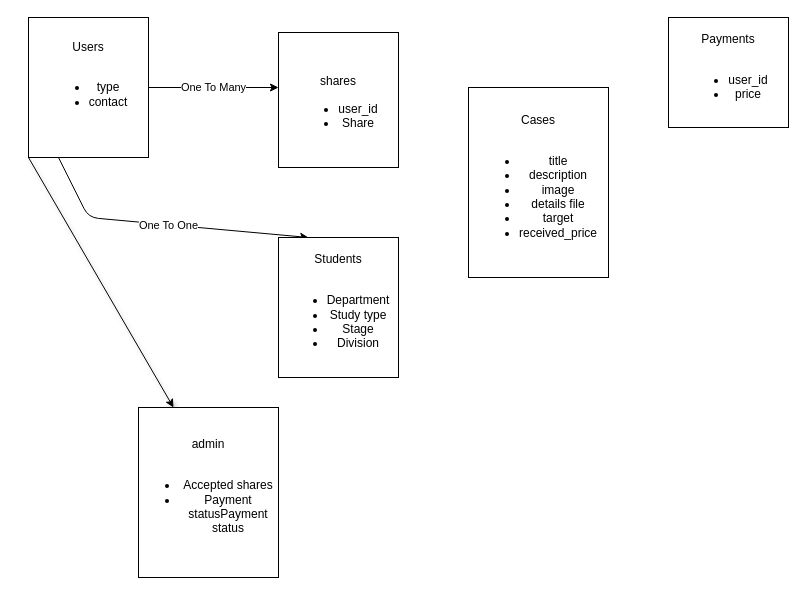
This is db_draw/main.drawio from Gruce/abdulkareem-for-charity, a draw.io file, before an edit. Source tidied: cells renumbered, new cells numbered last; positions are measured from the earlier drawing's top-left corner, leaving out a move shared by most shapes. Both pictures are drawn from the tidied source at 100%, with x=0, y=0 at pixel (28, 17).
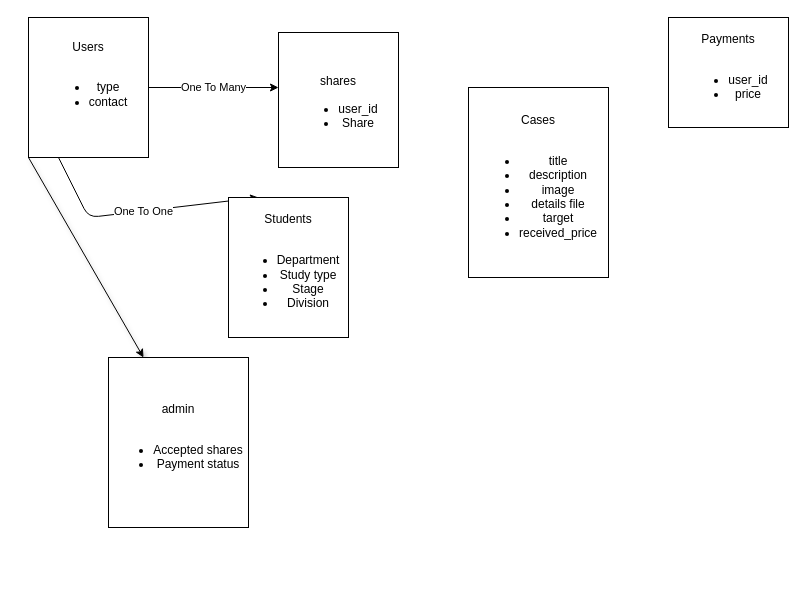
Above is the later version.

Diff of the diagram source:
```diff
@@
 <mxGraphModel>
   <root>
     <mxCell id="0" />
     <mxCell id="1" parent="0" />
     <mxCell id="2" value="One To Many" style="edgeStyle=none;html=1;exitX=1;exitY=0.5;exitDx=0;exitDy=0;" parent="1" edge="1" source="6">
       <mxGeometry relative="1" as="geometry">
         <mxPoint x="250" y="70" as="targetPoint" />
       </mxGeometry>
     </mxCell>
     <mxCell id="3" style="edgeStyle=none;html=1;exitX=0.25;exitY=1;exitDx=0;exitDy=0;entryX=0.25;entryY=0;entryDx=0;entryDy=0;" parent="1" edge="1" source="6" target="7">
       <mxGeometry relative="1" as="geometry">
         <Array as="points">
           <mxPoint x="60" y="200" />
         </Array>
       </mxGeometry>
     </mxCell>
     <mxCell id="4" value="One To One" style="edgeLabel;html=1;align=center;verticalAlign=middle;" parent="3" vertex="1">
       <mxGeometry x="0.02" relative="1" as="geometry" />
     </mxCell>
     <mxCell id="5" style="edgeStyle=none;html=1;exitX=0;exitY=1;exitDx=0;exitDy=0;shadow=1;entryX=0.25;entryY=0;entryDx=0;entryDy=0;" parent="1" edge="1" source="6" target="11">
       <mxGeometry relative="1" as="geometry" />
     </mxCell>
     <mxCell id="6" value="Users&lt;br&gt;&lt;br&gt;&lt;ul&gt;&lt;li&gt;type&lt;/li&gt;&lt;li&gt;contact&lt;/li&gt;&lt;span&gt;&amp;nbsp;&lt;/span&gt;&lt;/ul&gt;" style="whiteSpace=wrap;html=1;" parent="1" vertex="1">
       <mxGeometry width="120" height="140" as="geometry" />
     </mxCell>
     <mxCell id="7" value="Students&lt;br&gt;&lt;br&gt;&lt;ul&gt;&lt;li&gt;Department&lt;/li&gt;&lt;li&gt;Study type&lt;br&gt;&lt;/li&gt;&lt;li&gt;Stage&lt;/li&gt;&lt;li&gt;Division&lt;/li&gt;&lt;/ul&gt;" style="whiteSpace=wrap;html=1;" parent="1" vertex="1">
-      <mxGeometry x="250" y="220" width="120" height="140" as="geometry" />
+      <mxGeometry x="200" y="180" width="120" height="140" as="geometry" />
     </mxCell>
     <mxCell id="8" value="Cases&lt;br&gt;&lt;br&gt;&lt;ul&gt;&lt;li&gt;title&lt;/li&gt;&lt;li&gt;description&lt;/li&gt;&lt;li&gt;image&lt;/li&gt;&lt;li&gt;details file&lt;/li&gt;&lt;li&gt;target&lt;/li&gt;&lt;li&gt;received_price&lt;/li&gt;&lt;/ul&gt;" style="whiteSpace=wrap;html=1;" parent="1" vertex="1">
       <mxGeometry x="440" y="70" width="140" height="190" as="geometry" />
     </mxCell>
     <mxCell id="9" value="Payments&lt;br&gt;&lt;br&gt;&lt;ul&gt;&lt;li&gt;user_id&lt;/li&gt;&lt;li&gt;price&lt;/li&gt;&lt;/ul&gt;" style="whiteSpace=wrap;html=1;" parent="1" vertex="1">
       <mxGeometry x="640" width="120" height="110" as="geometry" />
     </mxCell>
     <mxCell id="10" value="&lt;font face=&quot;monospace&quot;&gt;&lt;font color=&quot;rgba(0, 0, 0, 0)&quot;&gt;&lt;span style=&quot;font-size: 0px&quot;&gt;shares%3CmxGraphModel%3E%3Croot%3E%3CmxCell%20id%3D%220%22%2F%3E%3CmxCell%20id%3D%221%22%20parent%3D%220%22%2F%3E%3CmxCell%20id%3D%222%22%20value%3D%22Payments%26lt%3Bbr%26gt%3B%26lt%3Bbr%26gt%3B%26lt%3Bul%26gt%3B%26lt%3Bli%26gt%3Buser_id%26lt%3B%2Fli%26gt%3B%26lt%3Bli%26gt%3Bprice%26lt%3B%2Fli%26gt%3B%26lt%3B%2Ful%26gt%3B%22%20style%3D%22whiteSpace%3Dwrap%3Bhtml%3D1%3B%22%20vertex%3D%221%22%20parent%3D%221%22%3E%3CmxGeometry%20x%3D%22700%22%20y%3D%2225%22%20width%3D%22120%22%20height%3D%22110%22%20as%3D%22geometry%22%2F%3E%3C%2FmxCell%3E%3C%2Froot%3E%3C%2FmxGraphModel%3E&lt;/span&gt;&lt;/font&gt;&lt;font color=&quot;#ba0000&quot;&gt;&lt;span style=&quot;font-size: 0px&quot;&gt;shares&lt;/span&gt;&lt;/font&gt;&lt;br&gt;&lt;/font&gt;&lt;font color=&quot;rgba(0, 0, 0, 0)&quot; face=&quot;monospace&quot;&gt;&lt;span style=&quot;font-size: 0px&quot;&gt;shares%3CmxGraphModel%3E%3Croot%3E%3CmxCell%20id%3D%220%22%2F%3E%3CmxCell%20id%3D%221%22%20parent%3D%220%22%2F%3E%3CmxCell%20id%3D%222%22%20value%3D%22Payments%26lt%3Bbr%26gt%3B%26lt%3Bbr%26gt%3B%26lt%3Bul%26gt%3B%26lt%3Bli%26gt%3Buser_id%26lt%3B%2Fli%26gt%3B%26lt%3Bli%26gt%3Bprice%26lt%3B%2Fli%26gt%3B%26lt%3B%2Ful%26gt%3B%22%20style%3D%22whiteSpace%3Dwrap%3Bhtml%3D1%3B%22%20vertex%3D%221%22%20parent%3D%221%22%3E%3CmxGeometry%20x%3D%22700%22%20y%3D%2225%22%20width%3D%22120%22%20height%3D%22110%22%20as%3D%22geometry%22%2F%3E%3C%2FmxCell%3E%3C%2Froot%3E%3C%2FmxGraphModel%3E&lt;/span&gt;&lt;/font&gt;&lt;font color=&quot;#ba0000&quot; face=&quot;monospace&quot;&gt;&lt;span style=&quot;font-size: 0px&quot;&gt;shares&lt;/span&gt;&lt;/font&gt;&lt;span&gt;shares&lt;/span&gt;&lt;font color=&quot;#ba0000&quot; face=&quot;monospace&quot;&gt;&lt;span style=&quot;font-size: 0px&quot;&gt;&lt;br&gt;&lt;/span&gt;&lt;/font&gt;&lt;ul&gt;&lt;li&gt;user_id&lt;/li&gt;&lt;li&gt;Share&lt;/li&gt;&lt;/ul&gt;" style="whiteSpace=wrap;html=1;" parent="1" vertex="1">
       <mxGeometry x="250" y="15" width="120" height="135" as="geometry" />
     </mxCell>
-    <mxCell id="11" value="admin&lt;br&gt;&lt;br&gt;&lt;ul&gt;&lt;li&gt;Accepted shares&lt;br&gt;&lt;/li&gt;&lt;li&gt;Payment statusPayment status&lt;br&gt;&lt;/li&gt;&lt;/ul&gt;" style="whiteSpace=wrap;html=1;" parent="1" vertex="1">
-      <mxGeometry x="110" y="390" width="140" height="170" as="geometry" />
+    <mxCell id="11" value="admin&lt;br&gt;&lt;br&gt;&lt;ul&gt;&lt;li&gt;Accepted shares&lt;br&gt;&lt;/li&gt;&lt;li&gt;Payment status&lt;br&gt;&lt;/li&gt;&lt;/ul&gt;" style="whiteSpace=wrap;html=1;" parent="1" vertex="1">
+      <mxGeometry x="80" y="340" width="140" height="170" as="geometry" />
     </mxCell>
   </root>
 </mxGraphModel>
```
